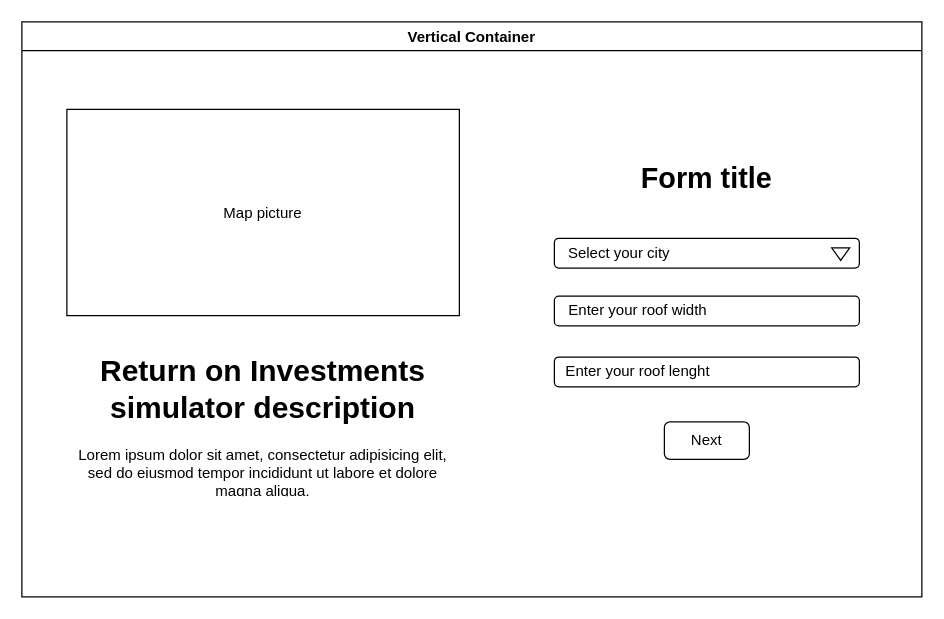
Earlier version of the draw.io diagram page "Page-1" (1 of 4) of roi_simulator_wireframe.drawio (getsu7/roi_simulator). Source tidied: cells renumbered, new cells numbered last; positions are measured from the earlier drawing's top-left corner, leaving out a move shared by most shapes. Both pictures are drawn from the tidied source at 125%, with x=0, y=0 at pixel (21, 21).
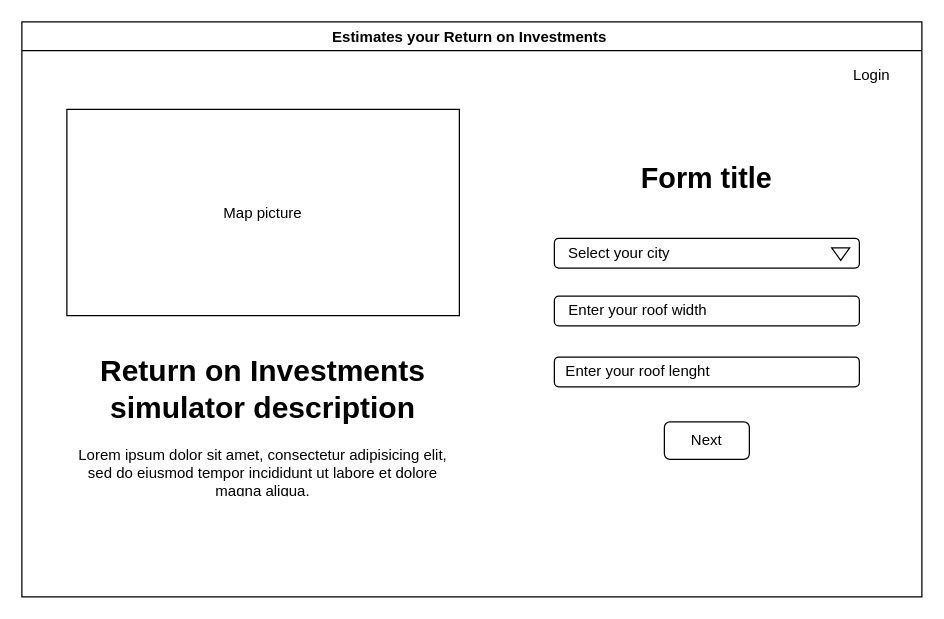
The same diagram, later.

Change to the diagram source:
```diff
@@
 <mxGraphModel>
   <root>
     <mxCell id="0" />
     <mxCell id="1" parent="0" />
-    <mxCell id="2" value="Vertical Container" style="swimlane;swimlaneLine=1;" parent="1" vertex="1">
+    <mxCell id="2" value="Estimates your Return on Investments " style="swimlane;swimlaneLine=1;" parent="1" vertex="1">
       <mxGeometry width="720" height="460" as="geometry" />
     </mxCell>
     <mxCell id="3" style="rounded=0;whiteSpace=wrap;html=1;fillColor=default;gradientColor=none;" parent="2" vertex="1">
       <mxGeometry x="36" y="70" width="314" height="165" as="geometry" />
     </mxCell>
     <mxCell id="4" value="&lt;h1&gt;Return on Investments simulator description&lt;/h1&gt;&lt;p&gt;Lorem ipsum dolor sit amet, consectetur adipisicing elit, sed do eiusmod tempor incididunt ut labore et dolore magna aliqua.&lt;/p&gt;" style="text;html=1;strokeColor=none;fillColor=none;spacing=5;spacingTop=-20;whiteSpace=wrap;overflow=hidden;rounded=0;align=center;" parent="2" vertex="1">
       <mxGeometry x="36" y="260" width="314" height="120" as="geometry" />
     </mxCell>
     <mxCell id="5" value="Map picture" style="text;html=1;strokeColor=none;fillColor=none;align=center;verticalAlign=middle;whiteSpace=wrap;rounded=0;" parent="2" vertex="1">
       <mxGeometry x="63" y="123.8" width="260" height="57.5" as="geometry" />
     </mxCell>
     <mxCell id="6" style="rounded=1;whiteSpace=wrap;html=1;fillColor=default;gradientColor=none;" parent="2" vertex="1">
       <mxGeometry x="426" y="268.1" width="244" height="23.8" as="geometry" />
     </mxCell>
     <mxCell id="7" style="rounded=1;whiteSpace=wrap;html=1;fillColor=default;gradientColor=none;" parent="2" vertex="1">
       <mxGeometry x="426" y="219.4" width="244" height="23.8" as="geometry" />
     </mxCell>
     <mxCell id="8" style="rounded=1;whiteSpace=wrap;html=1;fillColor=default;gradientColor=none;" parent="2" vertex="1">
       <mxGeometry x="514" y="320" width="68" height="30" as="geometry" />
     </mxCell>
     <mxCell id="9" value="Enter your roof width" style="text;html=1;strokeColor=none;fillColor=none;align=center;verticalAlign=middle;whiteSpace=wrap;rounded=0;" parent="2" vertex="1">
       <mxGeometry x="421" y="216.3" width="144" height="30" as="geometry" />
     </mxCell>
     <mxCell id="10" value="Enter your roof lenght" style="text;html=1;strokeColor=none;fillColor=none;align=center;verticalAlign=middle;whiteSpace=wrap;rounded=0;" parent="2" vertex="1">
       <mxGeometry x="426" y="265" width="134" height="30" as="geometry" />
     </mxCell>
     <mxCell id="11" value="Next" style="text;html=1;strokeColor=none;fillColor=none;align=center;verticalAlign=middle;whiteSpace=wrap;rounded=0;" parent="2" vertex="1">
       <mxGeometry x="518" y="320" width="60" height="30" as="geometry" />
     </mxCell>
     <mxCell id="12" style="rounded=1;whiteSpace=wrap;html=1;fillColor=default;gradientColor=none;" parent="2" vertex="1">
       <mxGeometry x="426" y="173.1" width="244" height="23.8" as="geometry" />
     </mxCell>
     <mxCell id="13" value="Select your city" style="text;html=1;strokeColor=none;fillColor=none;align=center;verticalAlign=middle;whiteSpace=wrap;rounded=0;" parent="2" vertex="1">
       <mxGeometry x="416" y="170" width="124" height="30" as="geometry" />
     </mxCell>
     <mxCell id="14" style="triangle;whiteSpace=wrap;html=1;fillColor=default;gradientColor=none;rotation=90;" parent="2" vertex="1">
       <mxGeometry x="650" y="178.6" width="10.1" height="14.4" as="geometry" />
     </mxCell>
     <mxCell id="15" value="&lt;font style=&quot;font-size: 23px;&quot;&gt;&lt;b&gt;Form title&lt;/b&gt;&lt;/font&gt;" style="text;html=1;strokeColor=none;fillColor=none;align=center;verticalAlign=middle;whiteSpace=wrap;rounded=0;" parent="2" vertex="1">
       <mxGeometry x="472" y="110" width="152" height="30" as="geometry" />
     </mxCell>
+    <mxCell id="16" value="Login" style="text;html=1;strokeColor=none;fillColor=none;align=center;verticalAlign=middle;whiteSpace=wrap;rounded=0;" parent="2" vertex="1">
+      <mxGeometry x="650" y="29" width="60" height="27" as="geometry" />
+    </mxCell>
   </root>
 </mxGraphModel>
```
